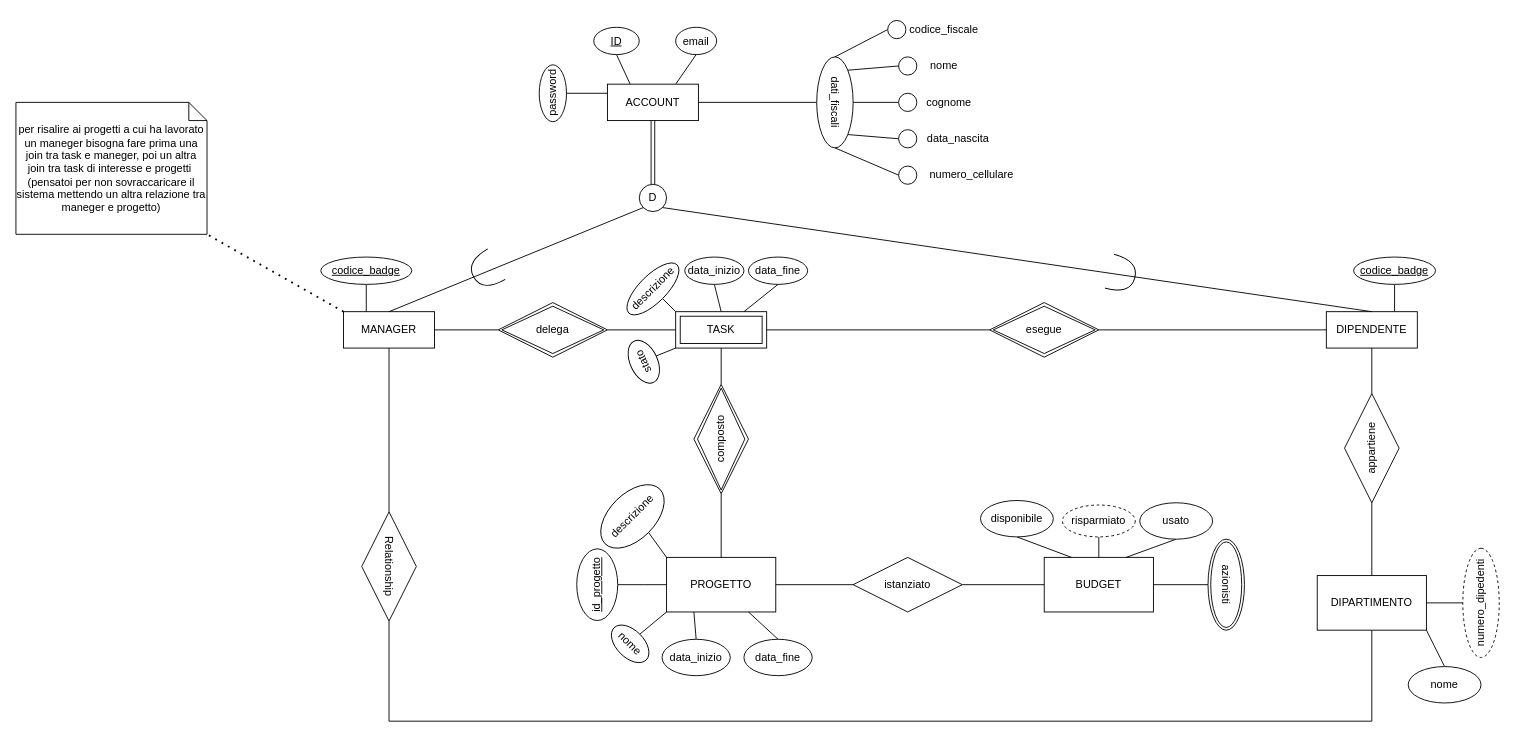
geppy-00/Progetto-Basi-Di-Dati keeps this draw.io diagram as GestionaleAziendale.drawio. Above is the earlier version. Source tidied: cells renumbered, new cells numbered last; positions are measured from the earlier drawing's top-left corner, leaving out a move shared by most shapes. Both pictures are drawn from the tidied source at 91%, with x=0, y=0 at pixel (15, 15).
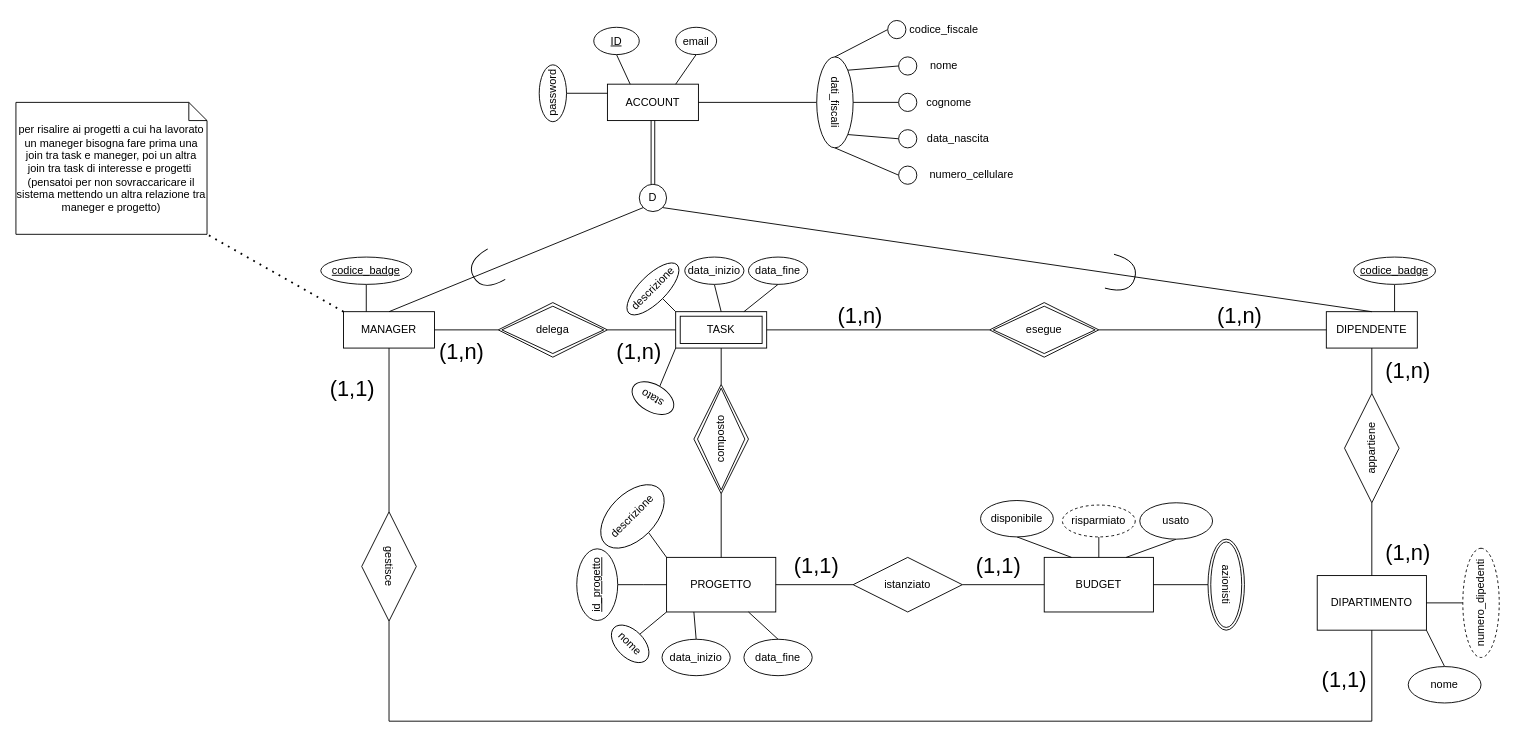
After the change.

What changed in the source:
```diff
@@
-    <mxCell id="33" value="Relationship" style="shape=rhombus;perimeter=rhombusPerimeter;whiteSpace=wrap;html=1;align=center;rotation=90;" parent="1" vertex="1">
+    <mxCell id="33" value="gestisce" style="shape=rhombus;perimeter=rhombusPerimeter;whiteSpace=wrap;html=1;align=center;rotation=90;" parent="1" vertex="1">
       <mxGeometry x="350" y="575" width="120" height="60" as="geometry" />
     </mxCell>
@@
-    <mxCell id="87" value="stato" style="ellipse;whiteSpace=wrap;html=1;align=center;rotation=-115;" parent="1" vertex="1">
-      <mxGeometry x="665" y="365" width="50" height="30" as="geometry" />
+    <mxCell id="87" value="stato" style="ellipse;whiteSpace=wrap;html=1;align=center;rotation=-150;" parent="1" vertex="1">
+      <mxGeometry x="675" y="405" width="50" height="30" as="geometry" />
     </mxCell>
@@
+    <mxCell id="92" value="&lt;font style=&quot;font-size: 24px;&quot;&gt;(1,n)&lt;/font&gt;" style="text;html=1;align=center;verticalAlign=middle;whiteSpace=wrap;rounded=0;" parent="1" vertex="1">
+      <mxGeometry x="1500" y="375" width="60" height="30" as="geometry" />
+    </mxCell>
+    <mxCell id="93" value="&lt;font style=&quot;font-size: 24px;&quot;&gt;(1,n)&lt;/font&gt;" style="text;html=1;align=center;verticalAlign=middle;whiteSpace=wrap;rounded=0;" parent="1" vertex="1">
+      <mxGeometry x="1500" y="575" width="60" height="30" as="geometry" />
+    </mxCell>
+    <mxCell id="94" value="&lt;font style=&quot;font-size: 24px;&quot;&gt;(1,1)&lt;/font&gt;" style="text;html=1;align=center;verticalAlign=middle;whiteSpace=wrap;rounded=0;" parent="1" vertex="1">
+      <mxGeometry x="340" y="395" width="60" height="30" as="geometry" />
+    </mxCell>
+    <mxCell id="95" value="&lt;font style=&quot;font-size: 24px;&quot;&gt;(1,1)&lt;/font&gt;" style="text;html=1;align=center;verticalAlign=middle;whiteSpace=wrap;rounded=0;" parent="1" vertex="1">
+      <mxGeometry x="1430" y="715" width="60" height="30" as="geometry" />
+    </mxCell>
+    <mxCell id="96" value="&lt;font style=&quot;font-size: 24px;&quot;&gt;(1,n)&lt;/font&gt;" style="text;html=1;align=center;verticalAlign=middle;whiteSpace=wrap;rounded=0;" parent="1" vertex="1">
+      <mxGeometry x="460" y="355" width="60" height="30" as="geometry" />
+    </mxCell>
+    <mxCell id="97" value="&lt;font style=&quot;font-size: 24px;&quot;&gt;(1,n)&lt;/font&gt;" style="text;html=1;align=center;verticalAlign=middle;whiteSpace=wrap;rounded=0;" parent="1" vertex="1">
+      <mxGeometry x="655" y="355" width="60" height="30" as="geometry" />
+    </mxCell>
+    <mxCell id="98" value="&lt;font style=&quot;font-size: 24px;&quot;&gt;(1,n)&lt;/font&gt;" style="text;html=1;align=center;verticalAlign=middle;whiteSpace=wrap;rounded=0;" parent="1" vertex="1">
+      <mxGeometry x="1315" y="315" width="60" height="30" as="geometry" />
+    </mxCell>
+    <mxCell id="99" value="&lt;font style=&quot;font-size: 24px;&quot;&gt;(1,n)&lt;/font&gt;" style="text;html=1;align=center;verticalAlign=middle;whiteSpace=wrap;rounded=0;" parent="1" vertex="1">
+      <mxGeometry x="898" y="315" width="60" height="30" as="geometry" />
+    </mxCell>
+    <mxCell id="100" value="&lt;font style=&quot;font-size: 24px;&quot;&gt;(1,1)&lt;/font&gt;" style="text;html=1;align=center;verticalAlign=middle;whiteSpace=wrap;rounded=0;" parent="1" vertex="1">
+      <mxGeometry x="850" y="590" width="60" height="30" as="geometry" />
+    </mxCell>
+    <mxCell id="101" value="&lt;font style=&quot;font-size: 24px;&quot;&gt;(1,1)&lt;/font&gt;" style="text;html=1;align=center;verticalAlign=middle;whiteSpace=wrap;rounded=0;" parent="1" vertex="1">
+      <mxGeometry x="1050" y="590" width="60" height="30" as="geometry" />
+    </mxCell>
```
